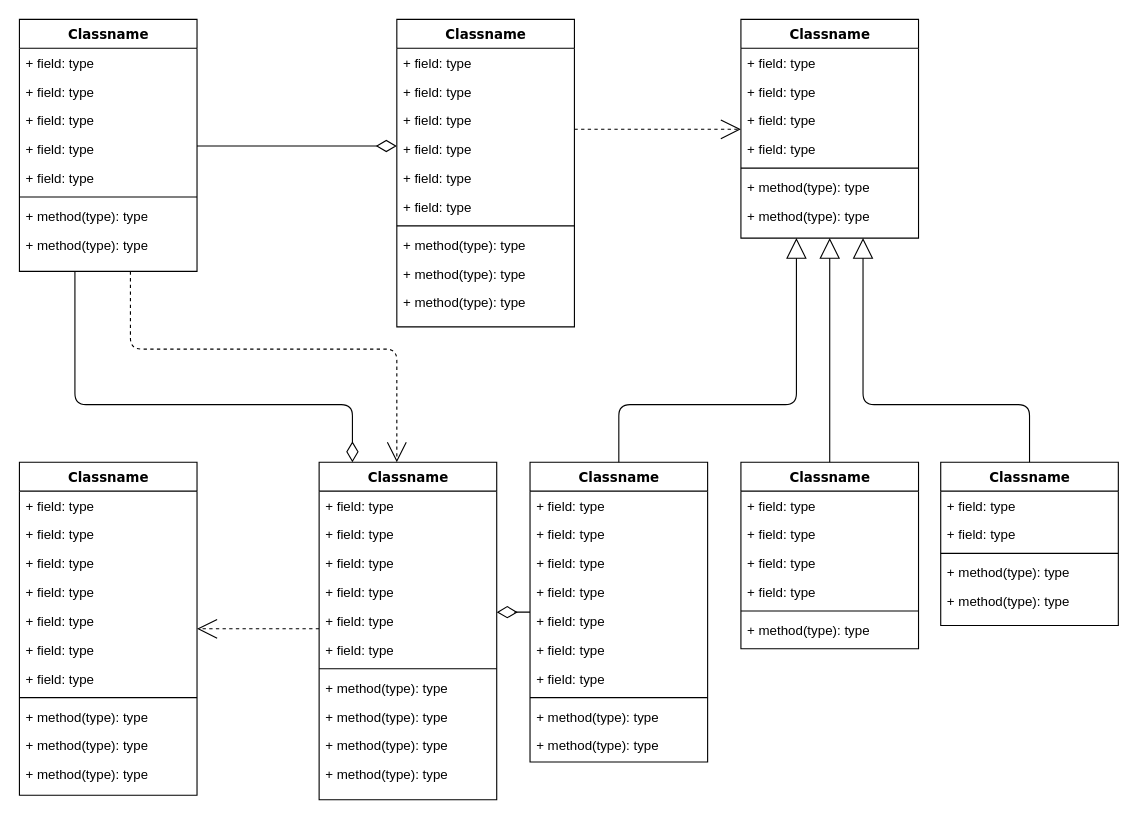
Before: Untitled Diagram.drawio in ostbob/test-guru, a draw.io diagram. Source tidied: cells renumbered, new cells numbered last; positions are measured from the earlier drawing's top-left corner, leaving out a move shared by most shapes. Both pictures are drawn from the tidied source at 111%, with x=0, y=0 at pixel (19, 19).
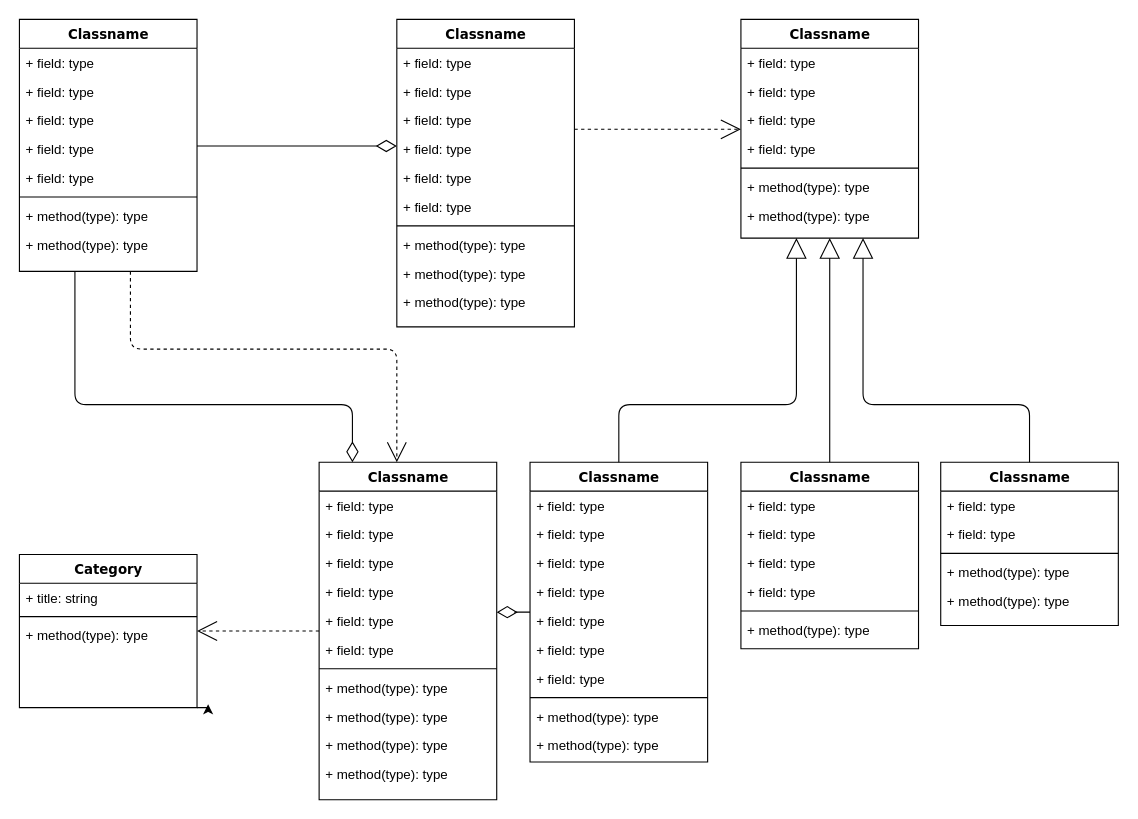
The same page after the edit.

What changed in the source:
```diff
@@
+    <mxCell id="87" style="edgeStyle=orthogonalEdgeStyle;rounded=0;jettySize=auto;html=1;exitX=1;exitY=1;exitDx=0;exitDy=0;" parent="1" edge="1" source="34">
+      <mxGeometry relative="1" as="geometry">
+        <mxPoint x="170" y="617" as="targetPoint" />
+      </mxGeometry>
+    </mxCell>
-    <mxCell id="34" value="Classname" style="swimlane;html=1;fontStyle=1;align=center;verticalAlign=top;horizontal=1;startSize=26;swimlaneFillColor=#ffffff;rounded=0;shadow=0;comic=0;labelBackgroundColor=none;strokeWidth=1;fillColor=none;fontFamily=Verdana;fontSize=12;" parent="1" vertex="1">
-      <mxGeometry y="399" width="160" height="300" as="geometry" />
+    <mxCell id="34" value="Category" style="swimlane;html=1;fontStyle=1;align=center;verticalAlign=top;horizontal=1;startSize=26;swimlaneFillColor=#ffffff;rounded=0;shadow=0;comic=0;labelBackgroundColor=none;strokeWidth=1;fillColor=none;fontFamily=Verdana;fontSize=12;" parent="1" vertex="1">
+      <mxGeometry y="482" width="160" height="138" as="geometry" />
     </mxCell>
-    <mxCell id="35" value="+ field: type" style="text;html=1;strokeColor=none;fillColor=none;align=left;verticalAlign=top;spacingLeft=4;spacingRight=4;whiteSpace=wrap;overflow=hidden;" parent="34" vertex="1">
+    <mxCell id="35" value="+ title: string" style="text;html=1;strokeColor=none;fillColor=none;align=left;verticalAlign=top;spacingLeft=4;spacingRight=4;whiteSpace=wrap;overflow=hidden;" parent="34" vertex="1">
       <mxGeometry y="26" width="160" height="26" as="geometry" />
     </mxCell>
-    <mxCell id="36" value="+ field: type" style="text;html=1;strokeColor=none;fillColor=none;align=left;verticalAlign=top;spacingLeft=4;spacingRight=4;whiteSpace=wrap;overflow=hidden;" parent="34" vertex="1">
-      <mxGeometry y="52" width="160" height="26" as="geometry" />
-    </mxCell>
-    <mxCell id="37" value="+ field: type" style="text;html=1;strokeColor=none;fillColor=none;align=left;verticalAlign=top;spacingLeft=4;spacingRight=4;whiteSpace=wrap;overflow=hidden;" parent="34" vertex="1">
-      <mxGeometry y="78" width="160" height="26" as="geometry" />
-    </mxCell>
-    <mxCell id="38" value="+ field: type" style="text;html=1;strokeColor=none;fillColor=none;align=left;verticalAlign=top;spacingLeft=4;spacingRight=4;whiteSpace=wrap;overflow=hidden;" parent="34" vertex="1">
-      <mxGeometry y="104" width="160" height="26" as="geometry" />
-    </mxCell>
-    <mxCell id="39" value="+ field: type" style="text;html=1;strokeColor=none;fillColor=none;align=left;verticalAlign=top;spacingLeft=4;spacingRight=4;whiteSpace=wrap;overflow=hidden;" parent="34" vertex="1">
-      <mxGeometry y="130" width="160" height="26" as="geometry" />
-    </mxCell>
-    <mxCell id="40" value="+ field: type" style="text;html=1;strokeColor=none;fillColor=none;align=left;verticalAlign=top;spacingLeft=4;spacingRight=4;whiteSpace=wrap;overflow=hidden;" parent="34" vertex="1">
-      <mxGeometry y="156" width="160" height="26" as="geometry" />
-    </mxCell>
-    <mxCell id="41" value="+ field: type" style="text;html=1;strokeColor=none;fillColor=none;align=left;verticalAlign=top;spacingLeft=4;spacingRight=4;whiteSpace=wrap;overflow=hidden;" parent="34" vertex="1">
-      <mxGeometry y="182" width="160" height="26" as="geometry" />
-    </mxCell>
     <mxCell id="42" style="line;html=1;strokeWidth=1;fillColor=none;align=left;verticalAlign=middle;spacingTop=-1;spacingLeft=3;spacingRight=3;labelPosition=right;" parent="34" vertex="1">
-      <mxGeometry y="208" width="160" height="8" as="geometry" />
+      <mxGeometry y="52" width="160" height="8" as="geometry" />
     </mxCell>
     <mxCell id="43" value="+ method(type): type" style="text;html=1;strokeColor=none;fillColor=none;align=left;verticalAlign=top;spacingLeft=4;spacingRight=4;whiteSpace=wrap;overflow=hidden;" parent="34" vertex="1">
-      <mxGeometry y="216" width="160" height="26" as="geometry" />
+      <mxGeometry y="60" width="160" height="26" as="geometry" />
     </mxCell>
-    <mxCell id="44" value="+ method(type): type" style="text;html=1;strokeColor=none;fillColor=none;align=left;verticalAlign=top;spacingLeft=4;spacingRight=4;whiteSpace=wrap;overflow=hidden;" parent="34" vertex="1">
-      <mxGeometry y="242" width="160" height="26" as="geometry" />
-    </mxCell>
-    <mxCell id="45" value="+ method(type): type" style="text;html=1;strokeColor=none;fillColor=none;align=left;verticalAlign=top;spacingLeft=4;spacingRight=4;whiteSpace=wrap;overflow=hidden;" parent="34" vertex="1">
-      <mxGeometry y="268" width="160" height="26" as="geometry" />
-    </mxCell>
```
